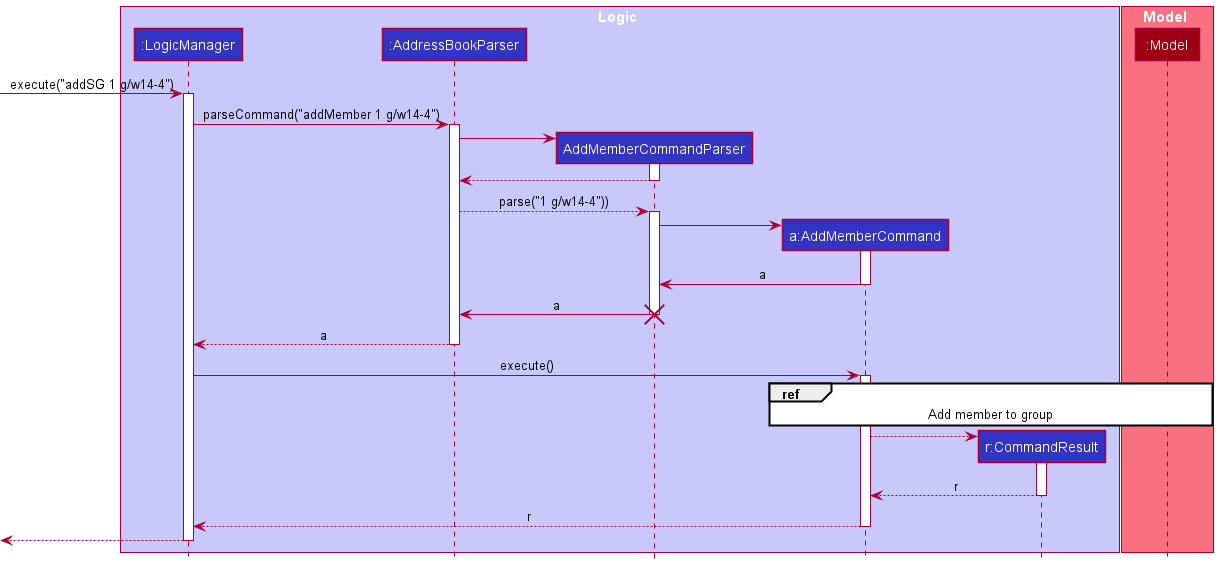
The PlantUML diagram docs/images/AddMemberSequenceDiagram.png in nus-cs2103-AY2122S1/tp, before a commit. The source it was exported from:
```plantuml
@startuml
!include style.puml

box Logic LOGIC_COLOR_T1
participant ":LogicManager" as LogicManager LOGIC_COLOR
participant ":AddressBookParser" as AddressBookParser LOGIC_COLOR
participant "AddMemberCommandParser" as AddSGParser LOGIC_COLOR
participant "a:AddMemberCommand" as AddSGCommand LOGIC_COLOR
participant "r:CommandResult" as CommandResult LOGIC_COLOR
end box

box Model MODEL_COLOR_T1
participant ":Model" as Model MODEL_COLOR
end box
[-> LogicManager : execute("addSG 1 g/w14-4")
activate LogicManager

LogicManager -> AddressBookParser : parseCommand("addMember 1 g/w14-4")
activate AddressBookParser

create AddSGParser
AddressBookParser -> AddSGParser
activate AddSGParser

AddSGParser --> AddressBookParser
deactivate AddSGParser

AddressBookParser --> AddSGParser : parse("1 g/w14-4"))
activate AddSGParser

create AddSGCommand
AddSGParser -> AddSGCommand
activate AddSGCommand

AddSGCommand -> AddSGParser : a
deactivate AddSGCommand

AddSGParser -> AddressBookParser : a
destroy AddSGParser

AddressBookParser --> LogicManager : a
deactivate AddressBookParser

LogicManager -> AddSGCommand : execute()
activate AddSGCommand

ref over AddSGCommand, Model
Add member to group
end ref

create CommandResult
AddSGCommand --> CommandResult
activate CommandResult
CommandResult --> AddSGCommand : r
deactivate CommandResult

AddSGCommand --> LogicManager : r
deactivate AddSGCommand

[<--LogicManager
deactivate LogicManager
@enduml
```
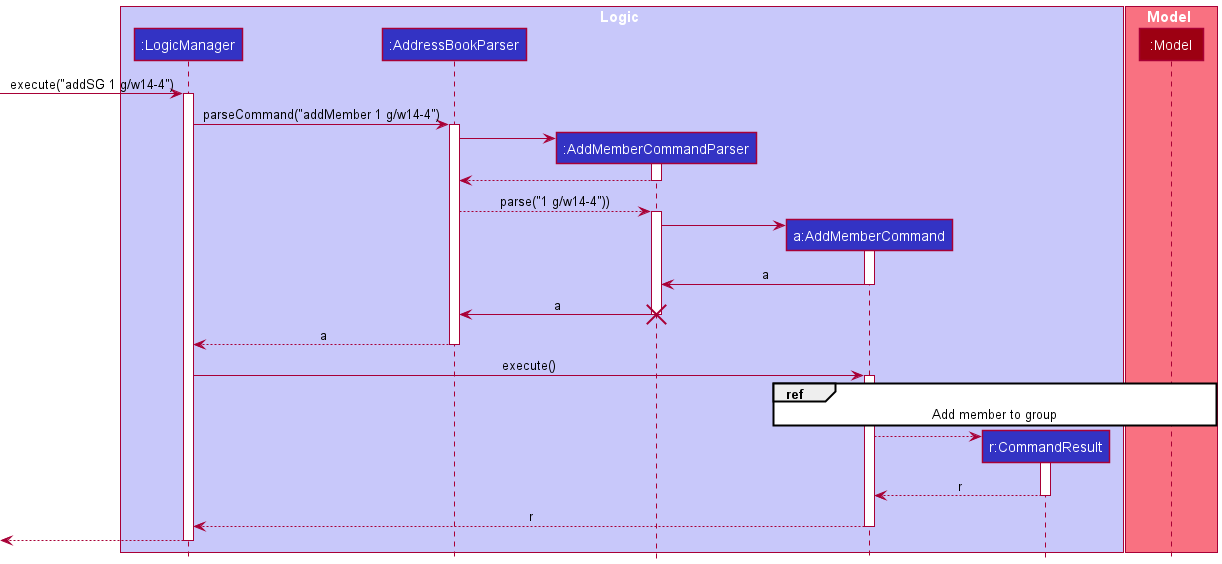
After the change.

What changed in the source:
```diff
@@ -4,7 +4,7 @@
 box Logic LOGIC_COLOR_T1
 participant ":LogicManager" as LogicManager LOGIC_COLOR
 participant ":AddressBookParser" as AddressBookParser LOGIC_COLOR
-participant "AddMemberCommandParser" as AddSGParser LOGIC_COLOR
+participant ":AddMemberCommandParser" as AddSGParser LOGIC_COLOR
 participant "a:AddMemberCommand" as AddSGCommand LOGIC_COLOR
 participant "r:CommandResult" as CommandResult LOGIC_COLOR
 end box
```
